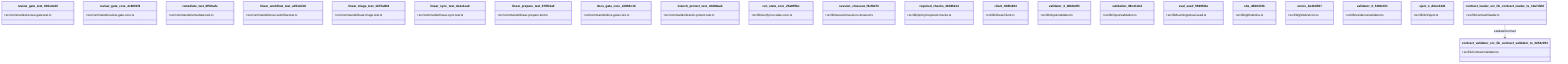
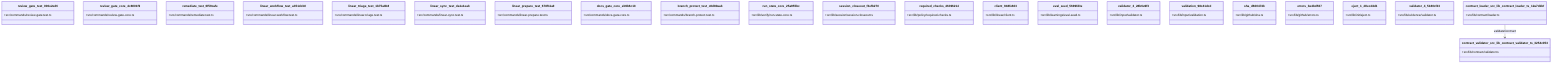
classDiagram
  class review_gate_test_000e2ed6 {
    +src/commands/review-gate.test.ts
  }
  class review_gate_core_4c8001f9 {
    +src/commands/review-gate-core.ts
  }
  class remediate_test_6f59cafe {
    +src/commands/remediate.test.ts
  }
  class linear_workflow_test_a351dcb0 {
    +src/commands/linear-workflow.test.ts
  }
  class linear_triage_test_1b75a8b8 {
    +src/commands/linear-triage.test.ts
  }
  class linear_sync_test_da1e1eab {
    +src/commands/linear-sync.test.ts
  }
  class linear_prepare_test_678f11a9 {
    +src/commands/linear-prepare.test.ts
  }
  class docs_gate_core_eb9b6c18 {
    +src/commands/docs-gate-core.ts
  }
  class branch_protect_test_c8d80aab {
    +src/commands/branch-protect.test.ts
  }
  class run_state_core_25a955bc {
    +src/lib/verify/run-state-core.ts
  }
  class session_closeout_f3efb270 {
    +src/lib/session/session-closeout.ts
  }
  class required_checks_46396214 {
    +src/lib/policy/required-checks.ts
  }
  class client_948fe603 {
    +src/lib/linear/client.ts
  }
+   class eval_seed_5699fd3e {
+     +src/lib/learnings/eval-seed.ts
+   }
  class validator_3_28b6e9f3 {
    +src/lib/input/validator.ts
  }
  class validation_98c41dcd {
    +src/lib/input/validation.ts
-   }
-   class eval_seed_5699fd3e {
-     +src/lib/learnings/eval-seed.ts
  }
  class sha_d600474b {
    +src/lib/github/sha.ts
  }
  class errors_be4bd567 {
    +src/lib/github/errors.ts
  }
+   class eject_1_d0ecd4d1 {
+     +src/lib/init/eject.ts
+   }
  class validator_4_5180cf23 {
    +src/lib/evidence/validator.ts
-   }
-   class eject_1_d0ecd4d1 {
-     +src/lib/init/eject.ts
  }
  class contract_loader_src_lib_contract_loader_ts_12a7d1bf {
    +src/lib/contract/loader.ts
  }
  class contract_validator_src_lib_contract_validator_ts_3254c053 {
    +src/lib/contract/validator.ts
  }
  contract_loader_src_lib_contract_loader_ts_12a7d1bf --> contract_validator_src_lib_contract_validator_ts_3254c053 : validateContract
